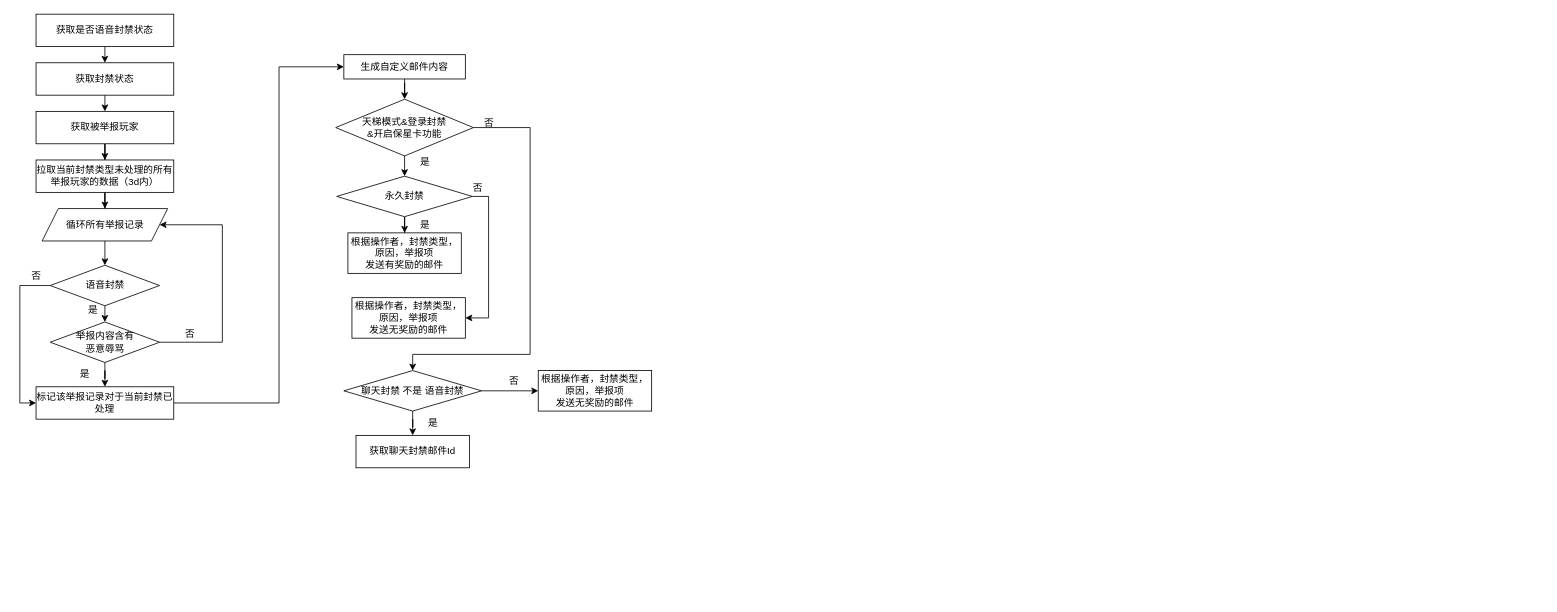
This is SSJJ2/举报封禁.drawio from Ordertiny/graph, a draw.io file, before an edit. Source tidied: cells renumbered, new cells numbered last; positions are measured from the earlier drawing's top-left corner, leaving out a move shared by most shapes. Both pictures are drawn from the tidied source at 81%, with x=0, y=0 at pixel (19, 14).
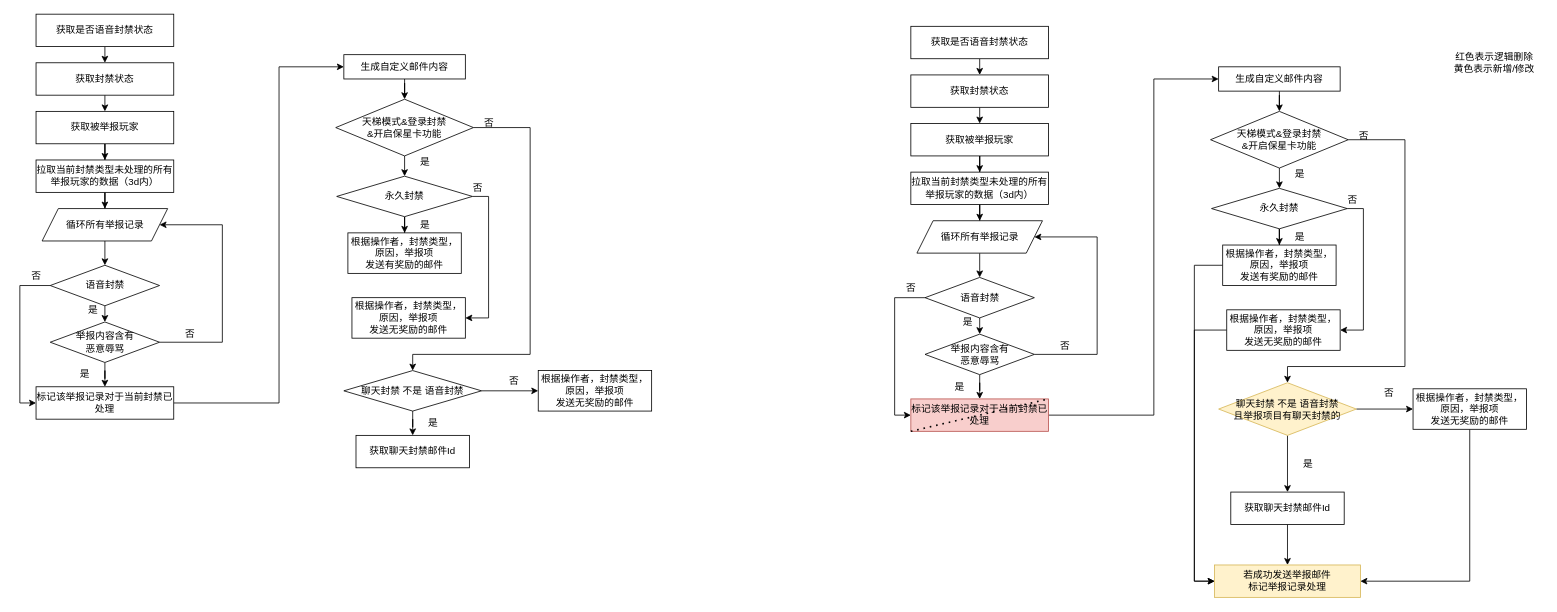
The same diagram, later.

Commit message:
更新举报封禁.drawio

Change to the diagram source:
```diff
@@
+    <mxCell id="45" style="edgeStyle=orthogonalEdgeStyle;rounded=0;jettySize=auto;html=1;exitX=0.5;exitY=1;exitDx=0;exitDy=0;entryX=0.5;entryY=0;entryDx=0;entryDy=0;" parent="1" edge="1" source="46" target="48">
+      <mxGeometry relative="1" as="geometry" />
+    </mxCell>
+    <mxCell id="46" value="获取是否语音封禁状态" style="rounded=0;whiteSpace=wrap;html=1;" parent="1" vertex="1">
+      <mxGeometry x="1100" y="15" width="170" height="40" as="geometry" />
+    </mxCell>
+    <mxCell id="47" style="edgeStyle=orthogonalEdgeStyle;rounded=0;jettySize=auto;html=1;exitX=0.5;exitY=1;exitDx=0;exitDy=0;entryX=0.5;entryY=0;entryDx=0;entryDy=0;" parent="1" edge="1" source="48" target="50">
+      <mxGeometry relative="1" as="geometry" />
+    </mxCell>
+    <mxCell id="48" value="获取封禁状态" style="rounded=0;whiteSpace=wrap;html=1;" parent="1" vertex="1">
+      <mxGeometry x="1100" y="75" width="170" height="40" as="geometry" />
+    </mxCell>
+    <mxCell id="49" style="edgeStyle=orthogonalEdgeStyle;rounded=0;jettySize=auto;html=1;exitX=0.5;exitY=1;exitDx=0;exitDy=0;" parent="1" edge="1" source="50" target="52">
+      <mxGeometry relative="1" as="geometry" />
+    </mxCell>
+    <mxCell id="50" value="获取被举报玩家" style="rounded=0;whiteSpace=wrap;html=1;" parent="1" vertex="1">
+      <mxGeometry x="1100" y="135" width="170" height="40" as="geometry" />
+    </mxCell>
+    <mxCell id="51" style="edgeStyle=orthogonalEdgeStyle;rounded=0;jettySize=auto;html=1;exitX=0.5;exitY=1;exitDx=0;exitDy=0;" parent="1" edge="1" source="52" target="60">
+      <mxGeometry relative="1" as="geometry" />
+    </mxCell>
+    <mxCell id="52" value="拉取当前封禁类型未处理的所有举报玩家的数据（3d内）" style="rounded=0;whiteSpace=wrap;html=1;" parent="1" vertex="1">
+      <mxGeometry x="1100" y="195" width="170" height="40" as="geometry" />
+    </mxCell>
+    <mxCell id="53" style="edgeStyle=orthogonalEdgeStyle;rounded=0;jettySize=auto;html=1;exitX=0.5;exitY=1;exitDx=0;exitDy=0;entryX=0.5;entryY=0;entryDx=0;entryDy=0;" parent="1" edge="1" source="55" target="58">
+      <mxGeometry relative="1" as="geometry" />
+    </mxCell>
+    <mxCell id="54" style="edgeStyle=orthogonalEdgeStyle;rounded=0;jettySize=auto;html=1;exitX=0;exitY=0.5;exitDx=0;exitDy=0;" parent="1" edge="1" source="55" target="62">
+      <mxGeometry relative="1" as="geometry">
+        <Array as="points">
+          <mxPoint x="1080" y="350" />
+          <mxPoint x="1080" y="495" />
+        </Array>
+      </mxGeometry>
+    </mxCell>
+    <mxCell id="55" value="语音封禁" style="rhombus;whiteSpace=wrap;html=1;" parent="1" vertex="1">
+      <mxGeometry x="1117.5" y="325" width="135" height="50" as="geometry" />
+    </mxCell>
+    <mxCell id="56" style="edgeStyle=orthogonalEdgeStyle;rounded=0;jettySize=auto;html=1;exitX=1;exitY=0.5;exitDx=0;exitDy=0;entryX=1;entryY=0.5;entryDx=0;entryDy=0;" parent="1" edge="1" source="58" target="60">
+      <mxGeometry relative="1" as="geometry">
+        <Array as="points">
+          <mxPoint x="1330" y="420" />
+          <mxPoint x="1330" y="275" />
+        </Array>
+      </mxGeometry>
+    </mxCell>
+    <mxCell id="57" style="edgeStyle=orthogonalEdgeStyle;rounded=0;jettySize=auto;html=1;exitX=0.5;exitY=1;exitDx=0;exitDy=0;" parent="1" edge="1" source="58" target="62">
+      <mxGeometry relative="1" as="geometry" />
+    </mxCell>
+    <mxCell id="58" value="举报内容含有&lt;div&gt;恶意辱骂&lt;/div&gt;" style="rhombus;whiteSpace=wrap;html=1;" parent="1" vertex="1">
+      <mxGeometry x="1117.5" y="395" width="135" height="50" as="geometry" />
+    </mxCell>
+    <mxCell id="59" style="edgeStyle=orthogonalEdgeStyle;rounded=0;jettySize=auto;html=1;exitX=0.5;exitY=1;exitDx=0;exitDy=0;entryX=0.5;entryY=0;entryDx=0;entryDy=0;" parent="1" edge="1" source="60" target="55">
+      <mxGeometry relative="1" as="geometry" />
+    </mxCell>
+    <mxCell id="60" value="循环所有举报记录" style="shape=parallelogram;perimeter=parallelogramPerimeter;whiteSpace=wrap;html=1;fixedSize=1;" parent="1" vertex="1">
+      <mxGeometry x="1107.5" y="255" width="155" height="40" as="geometry" />
+    </mxCell>
+    <mxCell id="61" style="edgeStyle=orthogonalEdgeStyle;rounded=0;jettySize=auto;html=1;entryX=0;entryY=0.5;entryDx=0;entryDy=0;" parent="1" edge="1" source="62" target="64">
+      <mxGeometry relative="1" as="geometry">
+        <Array as="points">
+          <mxPoint x="1400" y="495" />
+          <mxPoint x="1400" y="80" />
+        </Array>
+      </mxGeometry>
+    </mxCell>
+    <mxCell id="62" value="标记该举报记录对于当前封禁已处理" style="whiteSpace=wrap;html=1;fillColor=#f8cecc;strokeColor=#b85450;" parent="1" vertex="1">
+      <mxGeometry x="1100" y="475" width="170" height="40" as="geometry" />
+    </mxCell>
+    <mxCell id="63" style="edgeStyle=orthogonalEdgeStyle;rounded=0;jettySize=auto;html=1;exitX=0.5;exitY=1;exitDx=0;exitDy=0;" parent="1" edge="1" source="64" target="67">
+      <mxGeometry relative="1" as="geometry" />
+    </mxCell>
+    <mxCell id="64" value="生成自定义邮件内容" style="rounded=0;whiteSpace=wrap;html=1;" parent="1" vertex="1">
+      <mxGeometry x="1480" y="65" width="150" height="30" as="geometry" />
+    </mxCell>
+    <mxCell id="65" style="edgeStyle=orthogonalEdgeStyle;rounded=0;jettySize=auto;html=1;exitX=0.5;exitY=1;exitDx=0;exitDy=0;" parent="1" edge="1" source="67" target="70">
+      <mxGeometry relative="1" as="geometry" />
+    </mxCell>
+    <mxCell id="66" style="edgeStyle=orthogonalEdgeStyle;rounded=0;jettySize=auto;html=1;exitX=1;exitY=0.5;exitDx=0;exitDy=0;" parent="1" edge="1" source="67" target="77">
+      <mxGeometry relative="1" as="geometry">
+        <Array as="points">
+          <mxPoint x="1710" y="155" />
+          <mxPoint x="1710" y="435" />
+          <mxPoint x="1565" y="435" />
+        </Array>
+      </mxGeometry>
+    </mxCell>
+    <mxCell id="67" value="天梯模式&amp;amp;登录封禁&lt;div&gt;&amp;amp;开启保星卡功能&lt;/div&gt;" style="rhombus;whiteSpace=wrap;html=1;" parent="1" vertex="1">
+      <mxGeometry x="1470" y="120" width="170" height="70" as="geometry" />
+    </mxCell>
+    <mxCell id="68" style="edgeStyle=orthogonalEdgeStyle;rounded=0;jettySize=auto;html=1;exitX=0.5;exitY=1;exitDx=0;exitDy=0;" parent="1" edge="1" source="70" target="72">
+      <mxGeometry relative="1" as="geometry" />
+    </mxCell>
+    <mxCell id="69" style="edgeStyle=orthogonalEdgeStyle;rounded=0;jettySize=auto;html=1;exitX=1;exitY=0.5;exitDx=0;exitDy=0;entryX=1;entryY=0.5;entryDx=0;entryDy=0;" parent="1" edge="1" source="70" target="74">
+      <mxGeometry relative="1" as="geometry" />
+    </mxCell>
+    <mxCell id="70" value="永久封禁" style="rhombus;whiteSpace=wrap;html=1;" parent="1" vertex="1">
+      <mxGeometry x="1471.2" y="215" width="167.5" height="50" as="geometry" />
+    </mxCell>
+    <mxCell id="71" style="edgeStyle=orthogonalEdgeStyle;rounded=0;jettySize=auto;html=1;exitX=0;exitY=0.5;exitDx=0;exitDy=0;entryX=0;entryY=0.5;entryDx=0;entryDy=0;" parent="1" edge="1" source="72" target="93">
+      <mxGeometry relative="1" as="geometry">
+        <Array as="points">
+          <mxPoint x="1450" y="310" />
+          <mxPoint x="1450" y="700" />
+        </Array>
+      </mxGeometry>
+    </mxCell>
+    <mxCell id="72" value="&lt;div&gt;根据操作者，封禁类型，原因，举报项&lt;/div&gt;发送有奖励的邮件" style="whiteSpace=wrap;html=1;" parent="1" vertex="1">
+      <mxGeometry x="1485" y="285" width="140" height="50" as="geometry" />
+    </mxCell>
+    <mxCell id="73" style="edgeStyle=orthogonalEdgeStyle;rounded=0;jettySize=auto;html=1;exitX=0;exitY=0.5;exitDx=0;exitDy=0;entryX=0;entryY=0.5;entryDx=0;entryDy=0;" parent="1" edge="1" source="74" target="93">
+      <mxGeometry relative="1" as="geometry">
+        <Array as="points">
+          <mxPoint x="1450" y="390" />
+          <mxPoint x="1450" y="700" />
+        </Array>
+      </mxGeometry>
+    </mxCell>
+    <mxCell id="74" value="&lt;div&gt;根据操作者，封禁类型，原因，举报项&lt;/div&gt;发送无奖励的邮件" style="whiteSpace=wrap;html=1;" parent="1" vertex="1">
+      <mxGeometry x="1490" y="365" width="140" height="50" as="geometry" />
+    </mxCell>
+    <mxCell id="75" style="edgeStyle=orthogonalEdgeStyle;rounded=0;jettySize=auto;html=1;exitX=0.5;exitY=1;exitDx=0;exitDy=0;" parent="1" edge="1" source="77" target="79">
+      <mxGeometry relative="1" as="geometry" />
+    </mxCell>
+    <mxCell id="76" style="edgeStyle=orthogonalEdgeStyle;rounded=0;jettySize=auto;html=1;exitX=1;exitY=0.5;exitDx=0;exitDy=0;entryX=0;entryY=0.5;entryDx=0;entryDy=0;" parent="1" edge="1" source="77" target="81">
+      <mxGeometry relative="1" as="geometry" />
+    </mxCell>
+    <mxCell id="77" value="聊天封禁 不是 语音封禁&lt;div&gt;且举报项目有聊天封禁的&lt;/div&gt;" style="rhombus;whiteSpace=wrap;html=1;fillColor=#fff2cc;strokeColor=#d6b656;" parent="1" vertex="1">
+      <mxGeometry x="1480" y="455" width="170" height="65" as="geometry" />
+    </mxCell>
+    <mxCell id="78" style="edgeStyle=orthogonalEdgeStyle;rounded=0;jettySize=auto;html=1;exitX=0.5;exitY=1;exitDx=0;exitDy=0;" parent="1" edge="1" source="79" target="93">
+      <mxGeometry relative="1" as="geometry" />
+    </mxCell>
+    <mxCell id="79" value="获取聊天封禁邮件Id&lt;div&gt;&lt;/div&gt;" style="whiteSpace=wrap;html=1;" parent="1" vertex="1">
+      <mxGeometry x="1495" y="590" width="140" height="40" as="geometry" />
+    </mxCell>
+    <mxCell id="80" style="edgeStyle=orthogonalEdgeStyle;rounded=0;jettySize=auto;html=1;exitX=0.5;exitY=1;exitDx=0;exitDy=0;entryX=1;entryY=0.5;entryDx=0;entryDy=0;" parent="1" edge="1" source="81" target="93">
+      <mxGeometry relative="1" as="geometry" />
+    </mxCell>
+    <mxCell id="81" value="&lt;div&gt;根据操作者，封禁类型，原因，举报项&lt;/div&gt;发送无奖励的邮件" style="whiteSpace=wrap;html=1;" parent="1" vertex="1">
+      <mxGeometry x="1720" y="462.5" width="140" height="50" as="geometry" />
+    </mxCell>
+    <mxCell id="82" value="否" style="text;html=1;align=center;verticalAlign=middle;strokeColor=none;fillColor=none;" parent="1" vertex="1">
+      <mxGeometry x="1270" y="395" width="40" height="30" as="geometry" />
+    </mxCell>
+    <mxCell id="83" value="是" style="text;html=1;align=center;verticalAlign=middle;strokeColor=none;fillColor=none;" parent="1" vertex="1">
+      <mxGeometry x="1150" y="365" width="40" height="30" as="geometry" />
+    </mxCell>
+    <mxCell id="84" value="否" style="text;html=1;align=center;verticalAlign=middle;strokeColor=none;fillColor=none;" parent="1" vertex="1">
+      <mxGeometry x="1080" y="323" width="40" height="30" as="geometry" />
+    </mxCell>
+    <mxCell id="85" value="是" style="text;html=1;align=center;verticalAlign=middle;strokeColor=none;fillColor=none;" parent="1" vertex="1">
+      <mxGeometry x="1140" y="445" width="40" height="30" as="geometry" />
+    </mxCell>
+    <mxCell id="86" value="是" style="text;html=1;align=center;verticalAlign=middle;strokeColor=none;fillColor=none;" parent="1" vertex="1">
+      <mxGeometry x="1560" y="183" width="40" height="30" as="geometry" />
+    </mxCell>
+    <mxCell id="87" value="是" style="text;html=1;align=center;verticalAlign=middle;strokeColor=none;fillColor=none;" parent="1" vertex="1">
+      <mxGeometry x="1560" y="260" width="40" height="30" as="geometry" />
+    </mxCell>
+    <mxCell id="88" value="否" style="text;html=1;align=center;verticalAlign=middle;strokeColor=none;fillColor=none;" parent="1" vertex="1">
+      <mxGeometry x="1625" y="215" width="40" height="30" as="geometry" />
+    </mxCell>
+    <mxCell id="89" value="否" style="text;html=1;align=center;verticalAlign=middle;strokeColor=none;fillColor=none;" parent="1" vertex="1">
+      <mxGeometry x="1638.8" y="135" width="40" height="30" as="geometry" />
+    </mxCell>
+    <mxCell id="90" value="是" style="text;html=1;align=center;verticalAlign=middle;strokeColor=none;fillColor=none;" parent="1" vertex="1">
+      <mxGeometry x="1570" y="540" width="40" height="30" as="geometry" />
+    </mxCell>
+    <mxCell id="91" value="否" style="text;html=1;align=center;verticalAlign=middle;strokeColor=none;fillColor=none;" parent="1" vertex="1">
+      <mxGeometry x="1670" y="453" width="40" height="30" as="geometry" />
+    </mxCell>
+    <mxCell id="92" style="endArrow=none;dashed=1;html=1;dashPattern=1 3;strokeWidth=2;rounded=0;exitX=0;exitY=1;exitDx=0;exitDy=0;entryX=1;entryY=0;entryDx=0;entryDy=0;" parent="1" edge="1" source="62" target="62">
+      <mxGeometry relative="1" as="geometry" />
+    </mxCell>
+    <mxCell id="93" value="若成功发送举报邮件&lt;div&gt;标记举报记录处理&lt;/div&gt;" style="whiteSpace=wrap;html=1;fillColor=#fff2cc;strokeColor=#d6b656;" parent="1" vertex="1">
+      <mxGeometry x="1475" y="680" width="180" height="40" as="geometry" />
+    </mxCell>
+    <mxCell id="94" value="红色表示逻辑删除&lt;div&gt;黄色表示新增/修改&lt;/div&gt;" style="text;html=1;align=center;verticalAlign=middle;strokeColor=none;fillColor=none;" parent="1" vertex="1">
+      <mxGeometry x="1760" y="40" width="120" height="40" as="geometry" />
+    </mxCell>
```
